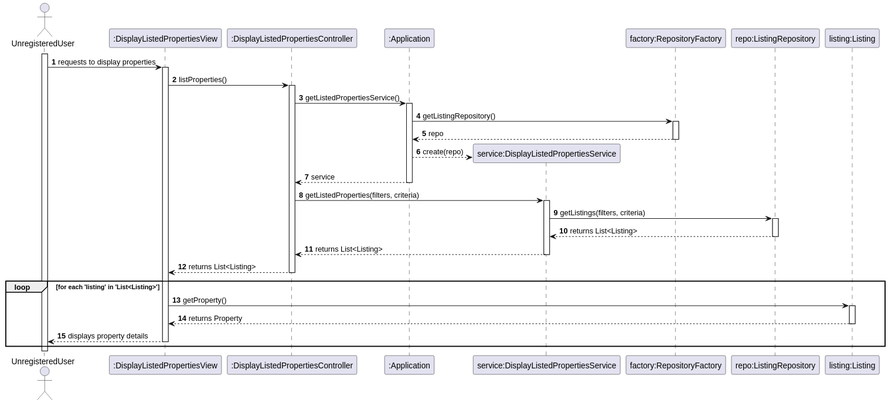
goncalomaia18/leti-esoft-24-25-A2 keeps this PlantUML diagram as docs/Sprint4/US20/US20-SD.svg. Above is the earlier version.
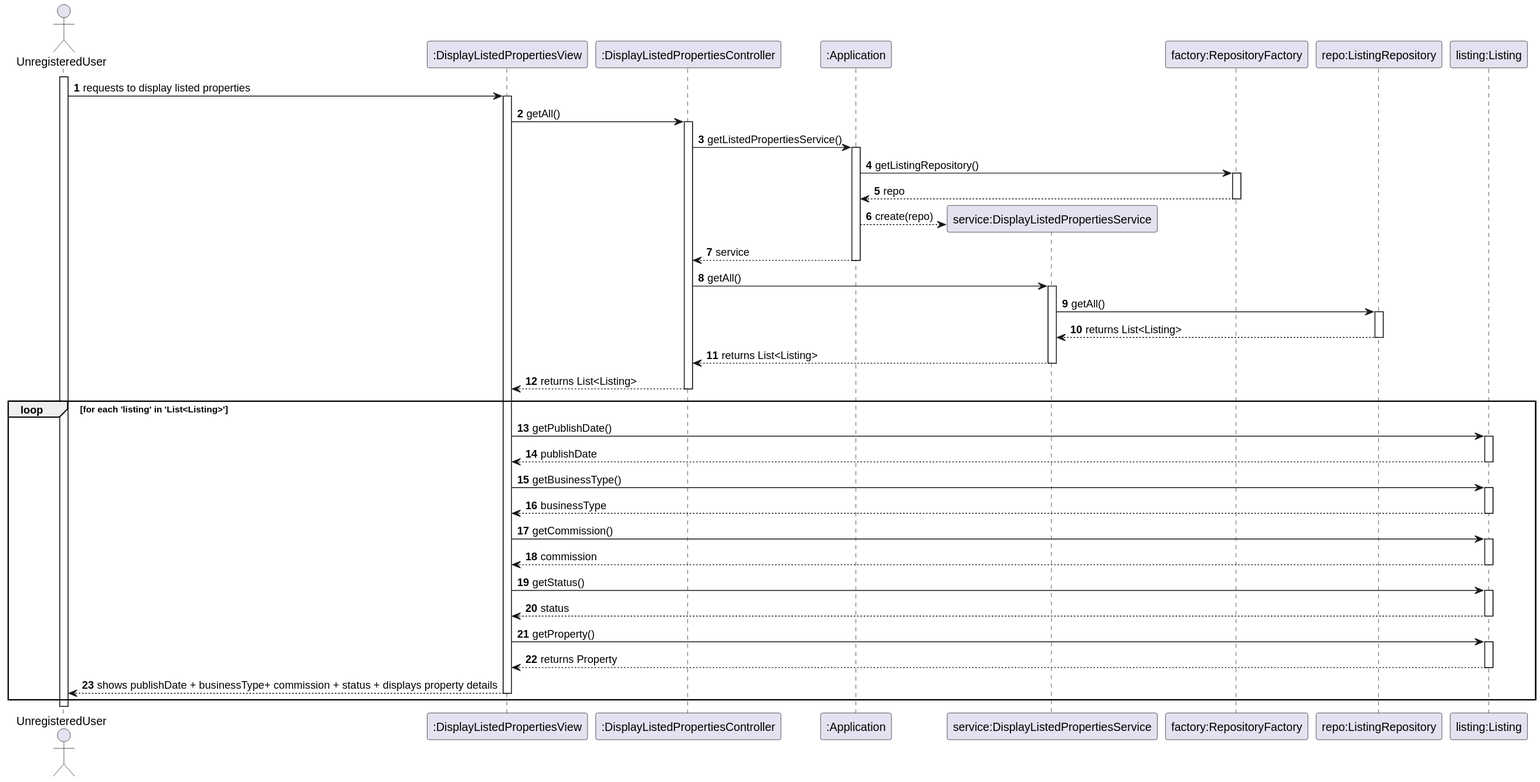
Later version of the same file.

The edit, as a diff of the source:
```diff
@@ -13,21 +13,29 @@
 
 activate User
 
-User -> System: requests to display properties
-System -> Ctrl: listProperties()
+User -> System: requests to display listed properties
+System -> Ctrl: getAll()
 Ctrl -> App: getListedPropertiesService()
 App -> Factory: getListingRepository()
 Factory --> App: repo
 App --> Service**: create(repo)
 App --> Ctrl: service
-Ctrl -> Service: getListedProperties(filters, criteria)
-Service -> Repo: getListings(filters, criteria)
+Ctrl -> Service: getAll()
+Service -> Repo: getAll()
 Repo --> Service: returns List<Listing>
 Service --> Ctrl: returns List<Listing>
 Ctrl --> System: returns List<Listing>
 loop for each 'listing' in 'List<Listing>'
+    System -> Listing: getPublishDate()
+    Listing --> System: publishDate
+    System -> Listing: getBusinessType()
+    Listing --> System: businessType
+    System -> Listing: getCommission()
+    Listing --> System: commission
+    System -> Listing: getStatus()
+    Listing --> System: status
     System -> Listing: getProperty()
     Listing --> System: returns Property
-    System --> User: displays property details
+    System --> User: shows publishDate + businessType+ commission + status + displays property details
 end loop
 @enduml
```
